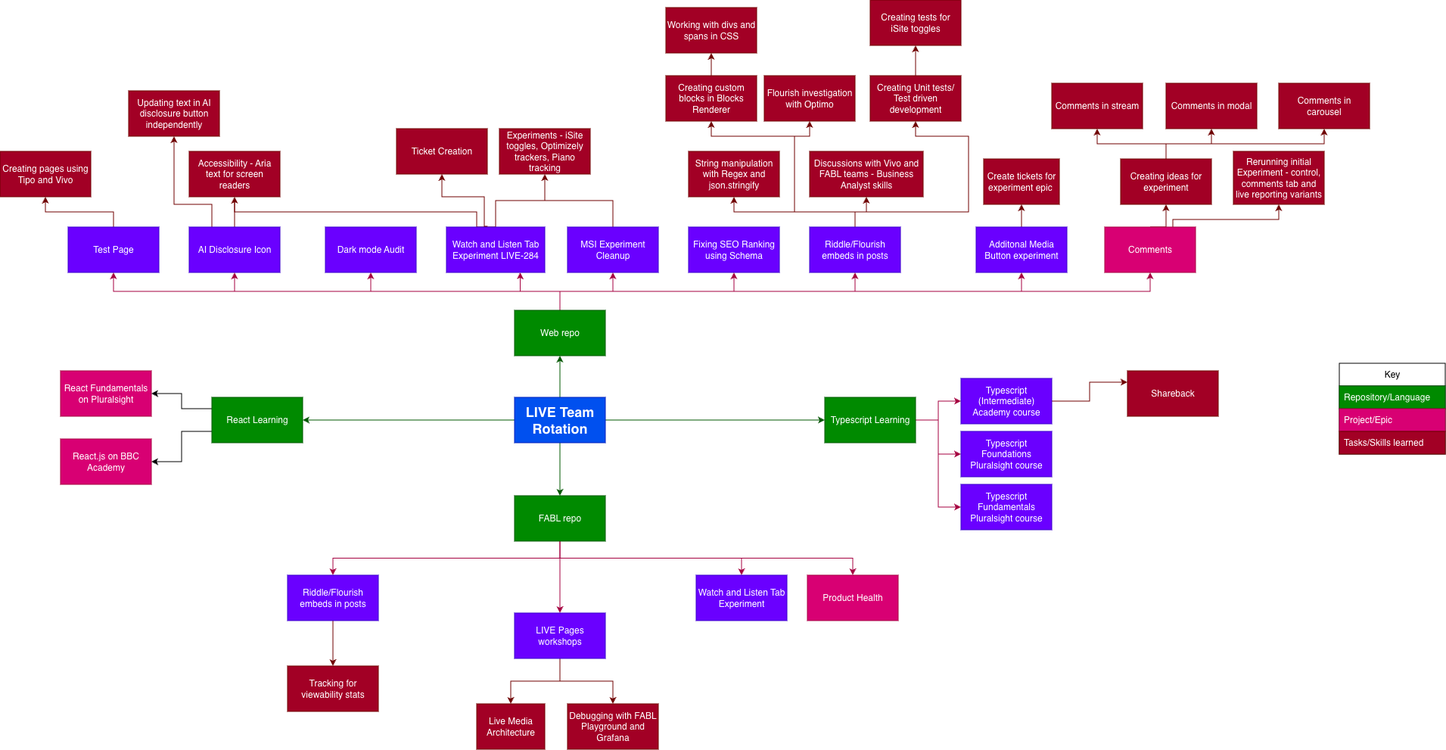
Before: LIVE Mindmap.drawio.png, a diagram exported from draw.io (HalimahH-BBC/Mindmap). Source tidied: cells renumbered, new cells last; positions are measured from the earlier drawing's top-left corner, leaving out a move shared by most shapes.
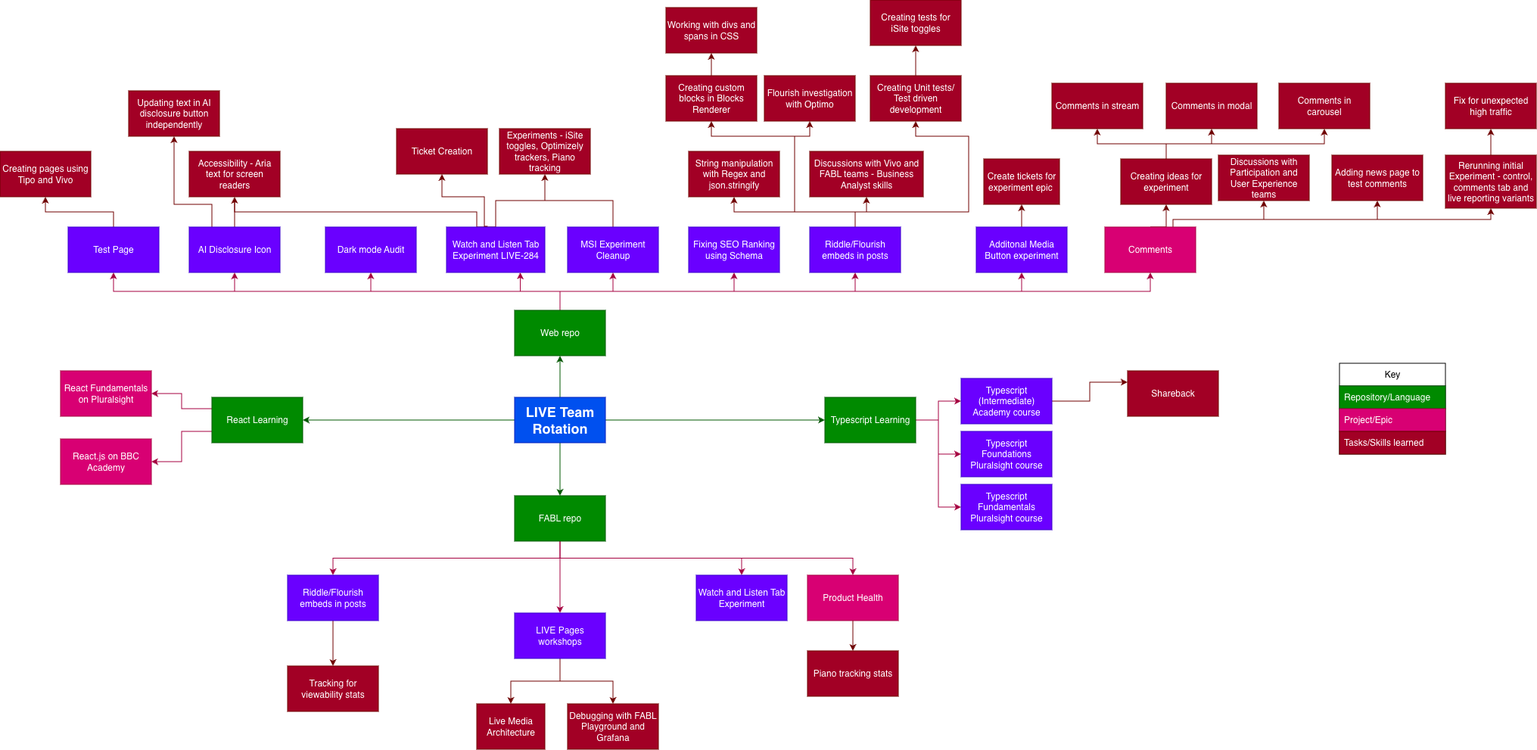
After the change.

Change to the diagram source:
```diff
@@ -99,10 +99,10 @@
     <mxCell id="30" value="Typescript Learning" style="rounded=0;whiteSpace=wrap;html=1;fillColor=#008a00;fontColor=#ffffff;strokeColor=#005700;" parent="1" vertex="1">
       <mxGeometry x="1090" y="525" width="120" height="60" as="geometry" />
     </mxCell>
-    <mxCell id="31" style="edgeStyle=orthogonalEdgeStyle;rounded=0;jettySize=auto;html=1;exitX=0;exitY=0.25;exitDx=0;exitDy=0;entryX=1;entryY=0.5;entryDx=0;entryDy=0;" parent="1" edge="1" source="33" target="95">
+    <mxCell id="31" style="edgeStyle=orthogonalEdgeStyle;rounded=0;jettySize=auto;html=1;exitX=0;exitY=0.25;exitDx=0;exitDy=0;entryX=1;entryY=0.5;entryDx=0;entryDy=0;fillColor=#d80073;strokeColor=#A50040;" parent="1" edge="1" source="33" target="95">
       <mxGeometry relative="1" as="geometry" />
     </mxCell>
-    <mxCell id="32" style="edgeStyle=orthogonalEdgeStyle;rounded=0;jettySize=auto;html=1;exitX=0;exitY=0.75;exitDx=0;exitDy=0;entryX=1;entryY=0.5;entryDx=0;entryDy=0;" parent="1" edge="1" source="33" target="96">
+    <mxCell id="32" style="edgeStyle=orthogonalEdgeStyle;rounded=0;jettySize=auto;html=1;exitX=0;exitY=0.75;exitDx=0;exitDy=0;entryX=1;entryY=0.5;entryDx=0;entryDy=0;fillColor=#d80073;strokeColor=#A50040;" parent="1" edge="1" source="33" target="96">
       <mxGeometry relative="1" as="geometry" />
     </mxCell>
     <mxCell id="33" value="React Learning" style="rounded=0;whiteSpace=wrap;html=1;fillColor=#008a00;fontColor=#ffffff;strokeColor=#005700;" parent="1" vertex="1">
@@ -298,10 +298,26 @@
       <mxGeometry relative="1" as="geometry">
         <Array as="points">
           <mxPoint x="1550" y="290" />
-          <mxPoint x="1690" y="290" />
+          <mxPoint x="1970" y="290" />
         </Array>
       </mxGeometry>
     </mxCell>
+    <mxCell id="97" style="edgeStyle=orthogonalEdgeStyle;rounded=0;jettySize=auto;html=1;exitX=0.75;exitY=0;exitDx=0;exitDy=0;entryX=0.5;entryY=1;entryDx=0;entryDy=0;fillColor=#a20025;strokeColor=#6F0000;" parent="1" edge="1" source="85" target="102">
+      <mxGeometry relative="1" as="geometry">
+        <Array as="points">
+          <mxPoint x="1550" y="290" />
+          <mxPoint x="1670" y="290" />
+        </Array>
+      </mxGeometry>
+    </mxCell>
+    <mxCell id="98" style="edgeStyle=orthogonalEdgeStyle;rounded=0;jettySize=auto;html=1;exitX=0.75;exitY=0;exitDx=0;exitDy=0;entryX=0.5;entryY=1;entryDx=0;entryDy=0;fillColor=#a20025;strokeColor=#6F0000;" parent="1" edge="1" source="85" target="103">
+      <mxGeometry relative="1" as="geometry">
+        <Array as="points">
+          <mxPoint x="1550" y="290" />
+          <mxPoint x="1820" y="290" />
+        </Array>
+      </mxGeometry>
+    </mxCell>
     <mxCell id="85" value="Comments" style="rounded=0;whiteSpace=wrap;html=1;fillColor=#d80073;fontColor=#ffffff;strokeColor=#A50040;" parent="1" vertex="1">
       <mxGeometry x="1460" y="300" width="120" height="60" as="geometry" />
     </mxCell>
@@ -326,9 +342,15 @@
     <mxCell id="92" value="Comments in carousel" style="rounded=0;whiteSpace=wrap;html=1;fillColor=#a20025;fontColor=#ffffff;strokeColor=#6F0000;" parent="1" vertex="1">
       <mxGeometry x="1690" y="110" width="120" height="60" as="geometry" />
     </mxCell>
+    <mxCell id="99" style="edgeStyle=orthogonalEdgeStyle;rounded=0;jettySize=auto;html=1;exitX=0.5;exitY=0;exitDx=0;exitDy=0;entryX=0.5;entryY=1;entryDx=0;entryDy=0;fillColor=#a20025;strokeColor=#6F0000;" parent="1" edge="1" source="93" target="104">
+      <mxGeometry relative="1" as="geometry" />
+    </mxCell>
     <mxCell id="93" value="Rerunning initial Experiment - control, comments tab and live reporting variants" style="rounded=0;whiteSpace=wrap;html=1;fillColor=#a20025;strokeColor=#6F0000;fontColor=#ffffff;" parent="1" vertex="1">
-      <mxGeometry x="1630" y="200" width="120" height="70" as="geometry" />
+      <mxGeometry x="1910" y="205" width="120" height="70" as="geometry" />
     </mxCell>
+    <mxCell id="100" style="edgeStyle=orthogonalEdgeStyle;rounded=0;jettySize=auto;html=1;exitX=0.5;exitY=1;exitDx=0;exitDy=0;entryX=0.5;entryY=0;entryDx=0;entryDy=0;fillColor=#a20025;strokeColor=#6F0000;" parent="1" edge="1" source="94" target="101">
+      <mxGeometry relative="1" as="geometry" />
+    </mxCell>
     <mxCell id="94" value="Product Health" style="rounded=0;whiteSpace=wrap;html=1;fillColor=#d80073;fontColor=#ffffff;strokeColor=#A50040;" parent="1" vertex="1">
       <mxGeometry x="1067" y="760" width="120" height="60" as="geometry" />
     </mxCell>
@@ -338,5 +360,17 @@
     <mxCell id="96" value="React.js on BBC Academy" style="rounded=0;whiteSpace=wrap;html=1;fillColor=#d80073;fontColor=#ffffff;strokeColor=#A50040;" parent="1" vertex="1">
       <mxGeometry x="80" y="580" width="120" height="60" as="geometry" />
     </mxCell>
+    <mxCell id="101" value="Piano tracking stats" style="rounded=0;whiteSpace=wrap;html=1;fillColor=#a20025;fontColor=#ffffff;strokeColor=#6F0000;" parent="1" vertex="1">
+      <mxGeometry x="1067" y="860" width="120" height="60" as="geometry" />
+    </mxCell>
+    <mxCell id="102" value="Discussions with Participation and User Experience teams" style="rounded=0;whiteSpace=wrap;html=1;fillColor=#a20025;fontColor=#ffffff;strokeColor=#6F0000;" parent="1" vertex="1">
+      <mxGeometry x="1610" y="205" width="120" height="60" as="geometry" />
+    </mxCell>
+    <mxCell id="103" value="Adding news page to test comments" style="rounded=0;whiteSpace=wrap;html=1;fillColor=#a20025;fontColor=#ffffff;strokeColor=#6F0000;" parent="1" vertex="1">
+      <mxGeometry x="1760" y="205" width="120" height="60" as="geometry" />
+    </mxCell>
+    <mxCell id="104" value="Fix for unexpected high traffic" style="rounded=0;whiteSpace=wrap;html=1;fillColor=#a20025;fontColor=#ffffff;strokeColor=#6F0000;" parent="1" vertex="1">
+      <mxGeometry x="1910" y="110" width="120" height="60" as="geometry" />
+    </mxCell>
   </root>
 </mxGraphModel>
```
